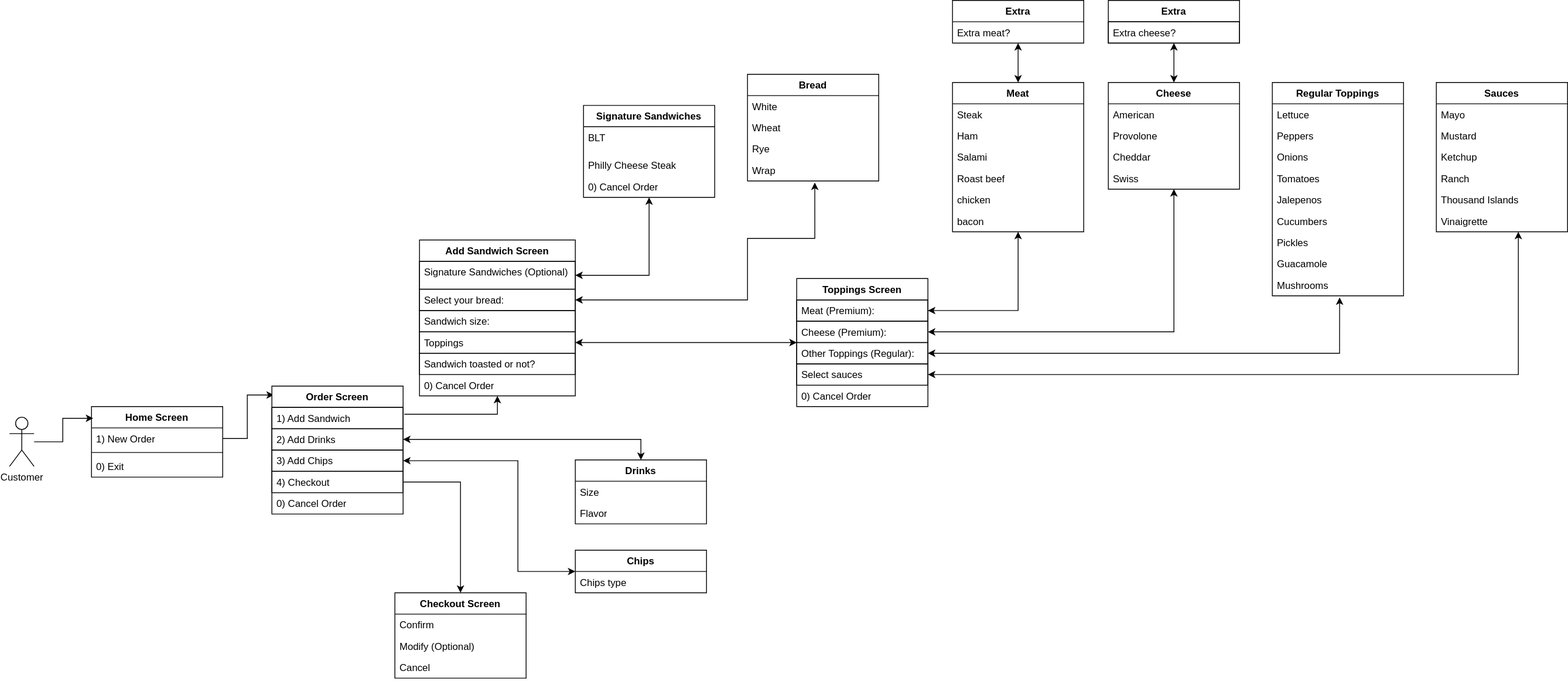
This is UserflowDiagram.svg from YearUp-MusaHoosain/DELI-cious, a draw.io export, as it was before one commit. Source tidied: cells renumbered, new cells last; positions are measured from the earlier drawing's top-left corner, leaving out a move shared by most shapes.
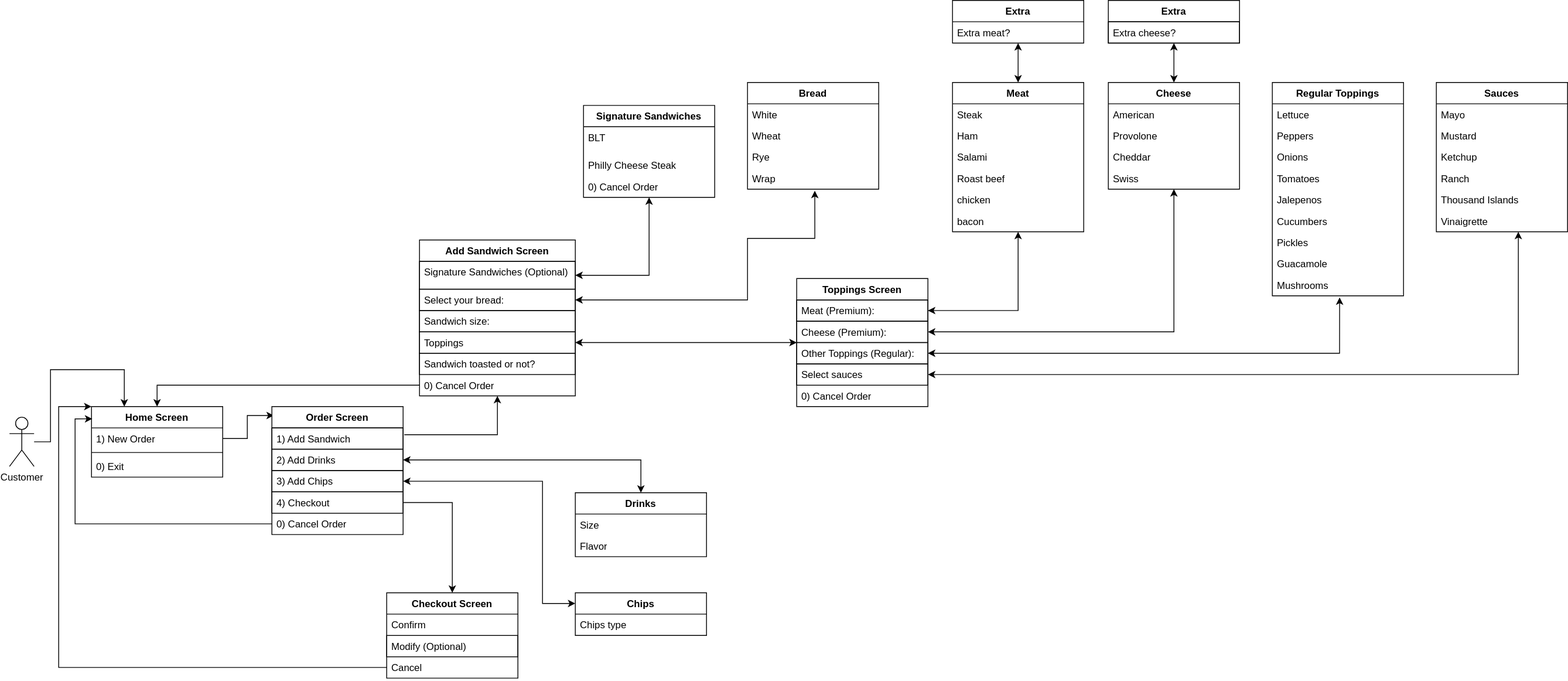
After the change.

Change to the diagram source:
```diff
@@ -26,21 +26,20 @@
     <mxCell id="9" style="edgeStyle=orthogonalEdgeStyle;rounded=0;jettySize=auto;html=1;exitX=1;exitY=0.5;exitDx=0;exitDy=0;startArrow=classic;startFill=1;" parent="1" edge="1" source="13" target="84">
       <mxGeometry relative="1" as="geometry">
         <Array as="points">
-          <mxPoint x="720" y="535" />
-          <mxPoint x="720" y="535" />
+          <mxPoint x="770" y="560" />
         </Array>
       </mxGeometry>
     </mxCell>
-    <mxCell id="10" style="edgeStyle=orthogonalEdgeStyle;rounded=0;jettySize=auto;html=1;entryX=0;entryY=0.5;entryDx=0;entryDy=0;startArrow=classic;startFill=1;" parent="1" edge="1" source="14" target="87">
+    <mxCell id="10" style="edgeStyle=orthogonalEdgeStyle;rounded=0;jettySize=auto;html=1;entryX=0;entryY=0.25;entryDx=0;entryDy=0;startArrow=classic;startFill=1;" parent="1" edge="1" source="14" target="87">
       <mxGeometry relative="1" as="geometry">
         <Array as="points">
-          <mxPoint x="620" y="561" />
-          <mxPoint x="620" y="696" />
+          <mxPoint x="650" y="586" />
+          <mxPoint x="650" y="735" />
         </Array>
       </mxGeometry>
     </mxCell>
     <mxCell id="11" value="Order Screen" style="swimlane;fontStyle=1;align=center;verticalAlign=top;horizontal=1;startSize=26;whiteSpace=wrap;html=1;" parent="1" vertex="1">
-      <mxGeometry x="320" y="470" width="160" height="156" as="geometry" />
+      <mxGeometry x="320" y="495" width="160" height="156" as="geometry" />
     </mxCell>
     <mxCell id="12" value="1) Add Sandwich" style="text;strokeColor=default;fillColor=none;align=left;verticalAlign=top;spacingLeft=4;spacingRight=4;overflow=hidden;points=[[0,0.5],[1,0.5]];portConstraint=eastwest;whiteSpace=wrap;html=1;" parent="11" vertex="1">
       <mxGeometry y="26" width="160" height="26" as="geometry" />
@@ -94,7 +93,7 @@
       <mxGeometry y="164" width="190" height="26" as="geometry" />
     </mxCell>
     <mxCell id="27" value="Bread" style="swimlane;fontStyle=1;align=center;verticalAlign=top;horizontal=1;startSize=26;whiteSpace=wrap;html=1;" parent="1" vertex="1">
-      <mxGeometry x="900" y="90" width="160" height="130" as="geometry" />
+      <mxGeometry x="900" y="100" width="160" height="130" as="geometry" />
     </mxCell>
     <mxCell id="28" value="White" style="text;strokeColor=none;fillColor=none;align=left;verticalAlign=top;spacingLeft=4;spacingRight=4;overflow=hidden;whiteSpace=wrap;html=1;" parent="27" vertex="1">
       <mxGeometry y="26" width="160" height="26" as="geometry" />
@@ -140,12 +139,12 @@
       <mxGeometry y="130" width="160" height="26" as="geometry" />
     </mxCell>
     <mxCell id="41" value="Checkout Screen" style="swimlane;fontStyle=1;align=center;verticalAlign=top;horizontal=1;startSize=26;whiteSpace=wrap;html=1;" parent="1" vertex="1">
-      <mxGeometry x="470" y="722" width="160" height="104" as="geometry" />
+      <mxGeometry x="460" y="722" width="160" height="104" as="geometry" />
     </mxCell>
     <mxCell id="42" value="Confirm" style="text;strokeColor=none;fillColor=none;align=left;verticalAlign=top;spacingLeft=4;spacingRight=4;overflow=hidden;whiteSpace=wrap;html=1;" parent="41" vertex="1">
       <mxGeometry y="26" width="160" height="26" as="geometry" />
     </mxCell>
-    <mxCell id="43" value="Modify (Optional)" style="text;strokeColor=none;fillColor=none;align=left;verticalAlign=top;spacingLeft=4;spacingRight=4;overflow=hidden;whiteSpace=wrap;html=1;" parent="41" vertex="1">
+    <mxCell id="43" value="Modify (Optional)" style="text;strokeColor=default;fillColor=none;align=left;verticalAlign=top;spacingLeft=4;spacingRight=4;overflow=hidden;whiteSpace=wrap;html=1;" parent="41" vertex="1">
       <mxGeometry y="52" width="160" height="26" as="geometry" />
     </mxCell>
     <mxCell id="44" value="Cancel" style="text;strokeColor=none;fillColor=none;align=left;verticalAlign=top;spacingLeft=4;spacingRight=4;overflow=hidden;points=[[0,0.5],[1,0.5]];portConstraint=eastwest;whiteSpace=wrap;html=1;" parent="41" vertex="1">
@@ -269,7 +268,7 @@
       <mxGeometry y="86" width="160" height="26" as="geometry" />
     </mxCell>
     <mxCell id="84" value="Drinks" style="swimlane;fontStyle=1;align=center;verticalAlign=top;horizontal=1;startSize=26;whiteSpace=wrap;html=1;" parent="1" vertex="1">
-      <mxGeometry x="690" y="560" width="160" height="78" as="geometry" />
+      <mxGeometry x="690" y="600" width="160" height="78" as="geometry" />
     </mxCell>
     <mxCell id="85" value="Size" style="text;strokeColor=none;fillColor=none;align=left;verticalAlign=top;spacingLeft=4;spacingRight=4;overflow=hidden;whiteSpace=wrap;html=1;" parent="84" vertex="1">
       <mxGeometry y="26" width="160" height="26" as="geometry" />
@@ -278,13 +277,19 @@
       <mxGeometry y="52" width="160" height="26" as="geometry" />
     </mxCell>
     <mxCell id="87" value="Chips" style="swimlane;fontStyle=1;align=center;verticalAlign=top;horizontal=1;startSize=26;whiteSpace=wrap;html=1;" parent="1" vertex="1">
-      <mxGeometry x="690" y="670" width="160" height="52" as="geometry" />
+      <mxGeometry x="690" y="722" width="160" height="52" as="geometry" />
     </mxCell>
     <mxCell id="88" value="Chips type" style="text;strokeColor=none;fillColor=none;align=left;verticalAlign=top;spacingLeft=4;spacingRight=4;overflow=hidden;whiteSpace=wrap;html=1;" parent="87" vertex="1">
       <mxGeometry y="26" width="160" height="26" as="geometry" />
     </mxCell>
-    <mxCell id="89" style="edgeStyle=orthogonalEdgeStyle;rounded=0;jettySize=auto;html=1;entryX=0.013;entryY=0.166;entryDx=0;entryDy=0;entryPerimeter=0;" parent="1" edge="1" source="90" target="3">
-      <mxGeometry relative="1" as="geometry" />
+    <mxCell id="89" style="edgeStyle=orthogonalEdgeStyle;rounded=0;jettySize=auto;html=1;entryX=0.25;entryY=0;entryDx=0;entryDy=0;" parent="1" edge="1" source="90" target="3">
+      <mxGeometry relative="1" as="geometry">
+        <Array as="points">
+          <mxPoint x="50" y="538" />
+          <mxPoint x="50" y="450" />
+          <mxPoint x="140" y="450" />
+        </Array>
+      </mxGeometry>
     </mxCell>
     <mxCell id="90" value="Customer" style="shape=umlActor;verticalLabelPosition=bottom;verticalAlign=top;html=1;outlineConnect=0;" parent="1" vertex="1">
       <mxGeometry y="508" width="30" height="60" as="geometry" />
@@ -296,5 +301,23 @@
         </Array>
       </mxGeometry>
     </mxCell>
+    <mxCell id="92" style="edgeStyle=orthogonalEdgeStyle;rounded=0;jettySize=auto;html=1;entryX=0.006;entryY=0.174;entryDx=0;entryDy=0;entryPerimeter=0;" parent="1" edge="1" source="16" target="3">
+      <mxGeometry relative="1" as="geometry" />
+    </mxCell>
+    <mxCell id="93" style="endArrow=classic;html=1;rounded=0;exitX=0;exitY=0.5;exitDx=0;exitDy=0;entryX=0;entryY=0;entryDx=0;entryDy=0;" parent="1" edge="1" source="44" target="3">
+      <mxGeometry relative="1" as="geometry">
+        <Array as="points">
+          <mxPoint x="60" y="813" />
+          <mxPoint x="60" y="495" />
+        </Array>
+      </mxGeometry>
+    </mxCell>
+    <mxCell id="94" style="endArrow=classic;html=1;rounded=0;exitX=0;exitY=0.5;exitDx=0;exitDy=0;entryX=0.5;entryY=0;entryDx=0;entryDy=0;" parent="1" edge="1" source="26" target="3">
+      <mxGeometry relative="1" as="geometry">
+        <Array as="points">
+          <mxPoint x="180" y="469" />
+        </Array>
+      </mxGeometry>
+    </mxCell>
   </root>
 </mxGraphModel>
```
